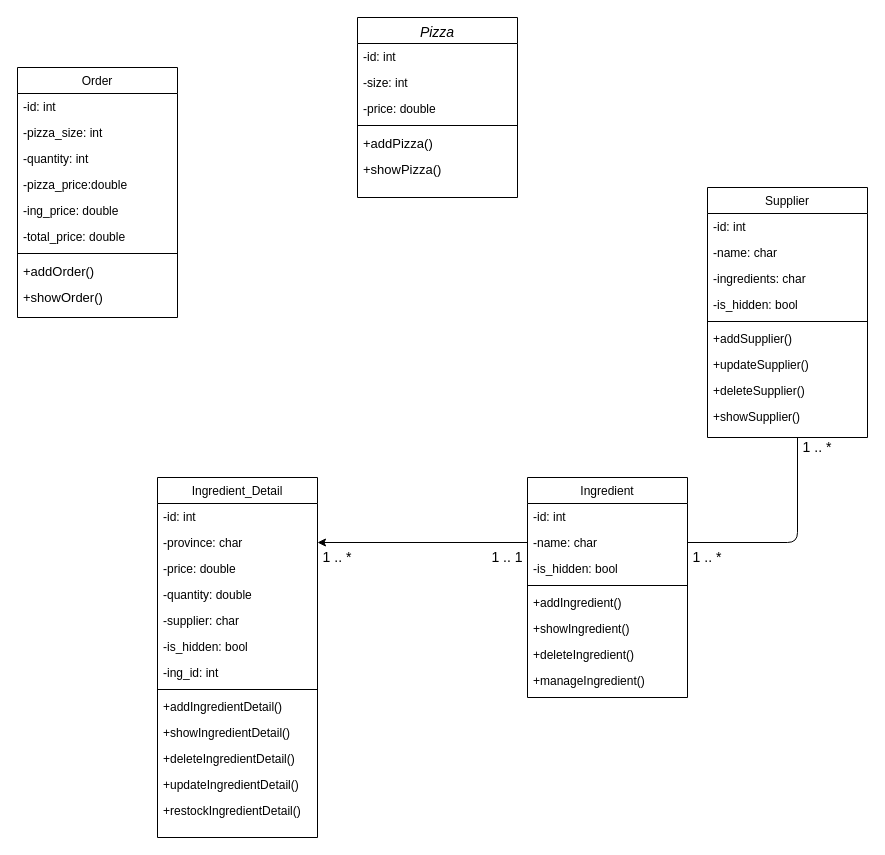
This is AMD_Pizza_Diagram.drawio from Kowshik890/PizzaOrderManagementSystem, a draw.io file, before an edit. Source tidied: cells renumbered, new cells numbered last; positions are measured from the earlier drawing's top-left corner, leaving out a move shared by most shapes. Both pictures are drawn from the tidied source at 100%, with x=0, y=0 at pixel (17, 17).
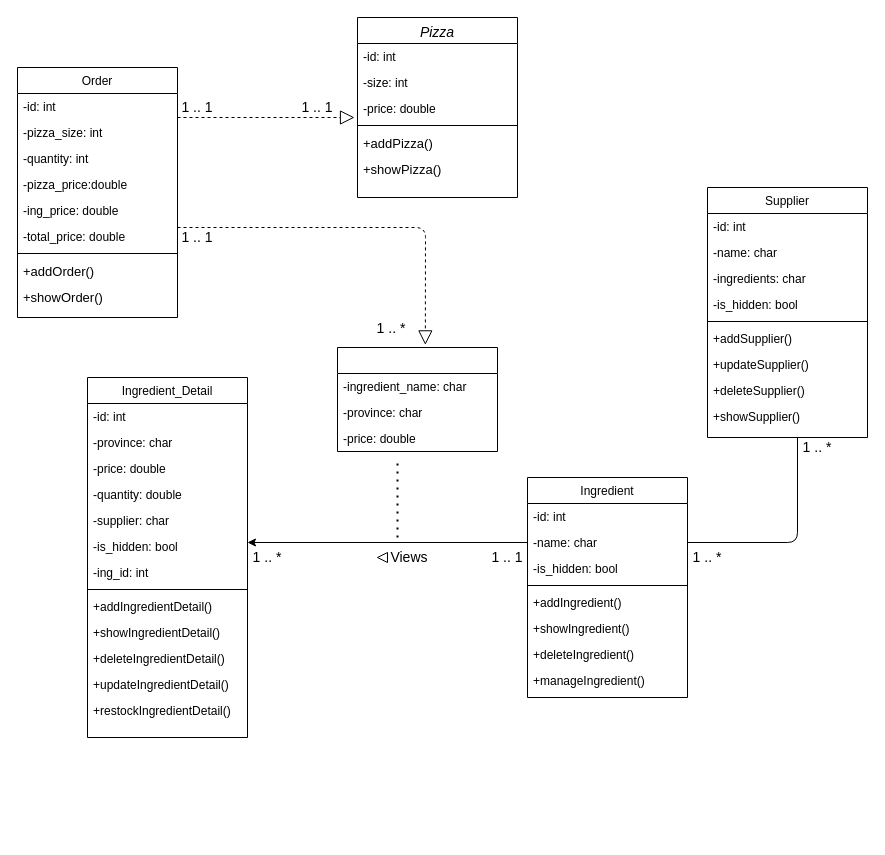
The same page after the edit.

The change refers to these unchanged cells:
```xml
<mxCell id="11" value="-province: char" style="text;align=left;verticalAlign=top;spacingLeft=4;spacingRight=4;overflow=hidden;points=[[0,0.5],[1,0.5]];portConstraint=eastwest;" parent="9" vertex="1">
  <mxGeometry y="52" width="160" height="26" as="geometry" />
</mxCell>
<mxCell id="25" value="-name: char" style="text;align=left;verticalAlign=top;spacingLeft=4;spacingRight=4;overflow=hidden;points=[[0,0.5],[1,0.5]];portConstraint=eastwest;" parent="23" vertex="1">
  <mxGeometry y="52" width="160" height="26" as="geometry" />
</mxCell>
```

Diff of the diagram source:
```diff
@@
     <mxCell id="9" value="Ingredient_Detail&#10;" style="swimlane;fontStyle=0;align=center;verticalAlign=top;horizontal=1;startSize=26;rounded=0;shadow=0;strokeWidth=1;" parent="1" vertex="1">
-      <mxGeometry x="140" y="460" width="160" height="360" as="geometry" />
+      <mxGeometry x="70" y="360" width="160" height="360" as="geometry" />
     </mxCell>
@@
-    <mxCell id="55" style="endArrow=classic;html=1;fontSize=14;entryX=1;entryY=0.5;entryDx=0;entryDy=0;exitX=0;exitY=0.5;exitDx=0;exitDy=0;" parent="1" edge="1" source="25" target="11">
-      <mxGeometry relative="1" as="geometry" />
+    <mxCell id="55" style="endArrow=classic;html=1;fontSize=14;exitX=0;exitY=0.5;exitDx=0;exitDy=0;" parent="1" edge="1" source="25">
+      <mxGeometry relative="1" as="geometry">
+        <mxPoint x="230" y="525" as="targetPoint" />
+      </mxGeometry>
     </mxCell>
     <mxCell id="56" value="1 .. *" style="text;html=1;strokeColor=none;fillColor=none;align=center;verticalAlign=middle;whiteSpace=wrap;rounded=0;fontSize=14;" parent="1" vertex="1">
-      <mxGeometry x="300" y="530" width="40" height="20" as="geometry" />
+      <mxGeometry x="230" y="530" width="40" height="20" as="geometry" />
     </mxCell>
@@
+    <mxCell id="58" style="endArrow=none;dashed=1;html=1;dashPattern=1 3;strokeWidth=2;fontSize=14;entryX=0.375;entryY=1.231;entryDx=0;entryDy=0;entryPerimeter=0;" parent="1" edge="1" target="62">
+      <mxGeometry relative="1" as="geometry">
+        <mxPoint x="380" y="520" as="sourcePoint" />
+        <Array as="points">
+          <mxPoint x="380" y="490" />
+        </Array>
+      </mxGeometry>
+    </mxCell>
+    <mxCell id="59" style="swimlane;fontStyle=2;align=center;verticalAlign=top;horizontal=1;startSize=26;rounded=0;shadow=0;strokeWidth=1;fontSize=14;" parent="1" vertex="1">
+      <mxGeometry x="320" y="330" width="160" height="104" as="geometry" />
+    </mxCell>
+    <mxCell id="60" value="-ingredient_name: char" style="text;align=left;verticalAlign=top;spacingLeft=4;spacingRight=4;overflow=hidden;" parent="59" vertex="1">
+      <mxGeometry y="26" width="160" height="26" as="geometry" />
+    </mxCell>
+    <mxCell id="61" value="-province: char" style="text;align=left;verticalAlign=top;spacingLeft=4;spacingRight=4;overflow=hidden;rounded=0;shadow=0;html=0;" parent="59" vertex="1">
+      <mxGeometry y="52" width="160" height="26" as="geometry" />
+    </mxCell>
+    <mxCell id="62" value="-price: double" style="text;align=left;verticalAlign=top;spacingLeft=4;spacingRight=4;overflow=hidden;points=[[0,0.5],[1,0.5]];portConstraint=eastwest;rounded=0;shadow=0;html=0;" parent="59" vertex="1">
+      <mxGeometry y="78" width="160" height="26" as="geometry" />
+    </mxCell>
+    <mxCell id="63" value="&amp;nbsp;Views" style="text;html=1;strokeColor=none;fillColor=none;align=center;verticalAlign=middle;whiteSpace=wrap;rounded=0;fontSize=14;" parent="1" vertex="1">
+      <mxGeometry x="370" y="530" width="40" height="20" as="geometry" />
+    </mxCell>
+    <mxCell id="64" style="triangle;whiteSpace=wrap;html=1;fontSize=14;rotation=-180;fontStyle=0;" parent="1" vertex="1">
+      <mxGeometry x="360" y="535" width="10" height="10" as="geometry" />
+    </mxCell>
+    <mxCell id="65" style="endArrow=block;dashed=1;endFill=0;endSize=12;html=1;fontSize=14;fontColor=#000000;entryX=0.549;entryY=-0.025;entryDx=0;entryDy=0;entryPerimeter=0;" parent="1" edge="1" target="59">
+      <mxGeometry relative="1" as="geometry">
+        <mxPoint x="160" y="210" as="sourcePoint" />
+        <Array as="points">
+          <mxPoint x="408" y="210" />
+        </Array>
+      </mxGeometry>
+    </mxCell>
+    <mxCell id="66" style="endArrow=block;dashed=1;endFill=0;endSize=12;html=1;fontSize=14;fontColor=#000000;" parent="1" edge="1">
+      <mxGeometry relative="1" as="geometry">
+        <mxPoint x="160" y="100" as="sourcePoint" />
+        <mxPoint x="337" y="100" as="targetPoint" />
+      </mxGeometry>
+    </mxCell>
+    <mxCell id="67" value="1 .. 1" style="text;html=1;strokeColor=none;fillColor=none;align=center;verticalAlign=middle;whiteSpace=wrap;rounded=0;fontSize=14;" parent="1" vertex="1">
+      <mxGeometry x="160" y="80" width="40" height="20" as="geometry" />
+    </mxCell>
+    <mxCell id="68" value="1 .. 1" style="text;html=1;strokeColor=none;fillColor=none;align=center;verticalAlign=middle;whiteSpace=wrap;rounded=0;fontSize=14;" parent="1" vertex="1">
+      <mxGeometry x="160" y="210" width="40" height="20" as="geometry" />
+    </mxCell>
+    <mxCell id="69" value="1 .. 1" style="text;html=1;strokeColor=none;fillColor=none;align=center;verticalAlign=middle;whiteSpace=wrap;rounded=0;fontSize=14;" parent="1" vertex="1">
+      <mxGeometry x="280" y="80" width="40" height="20" as="geometry" />
+    </mxCell>
+    <mxCell id="70" value="1 .. *" style="text;html=1;strokeColor=none;fillColor=none;align=center;verticalAlign=middle;whiteSpace=wrap;rounded=0;fontSize=14;" parent="1" vertex="1">
+      <mxGeometry x="354" y="301" width="40" height="20" as="geometry" />
+    </mxCell>
```
